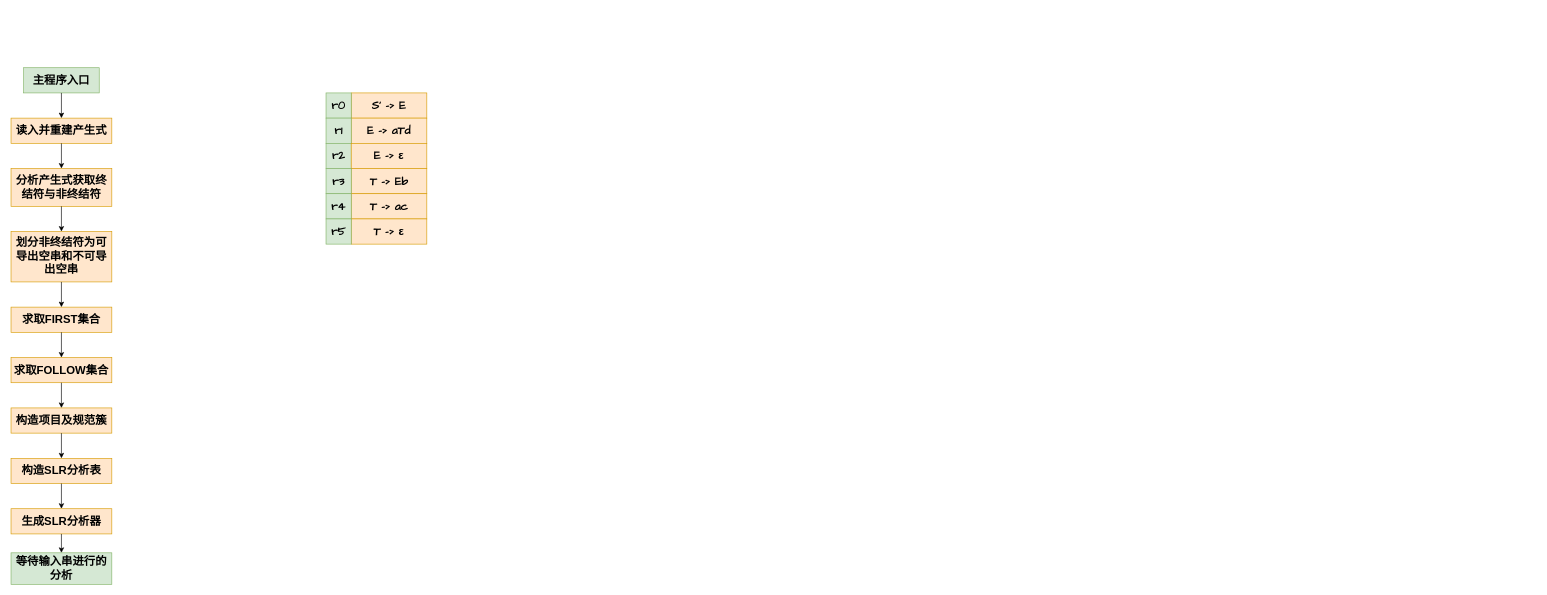
This is CS/CompilersPrinciples/GrammaticalAnalysis.drawio from umiskky/Diagrams, a draw.io file, before an edit. Source tidied: cells renumbered, new cells numbered last; positions are measured from the earlier drawing's top-left corner, leaving out a move shared by most shapes. Both pictures are drawn from the tidied source at 63%, with x=0, y=0 at pixel (11, 67).
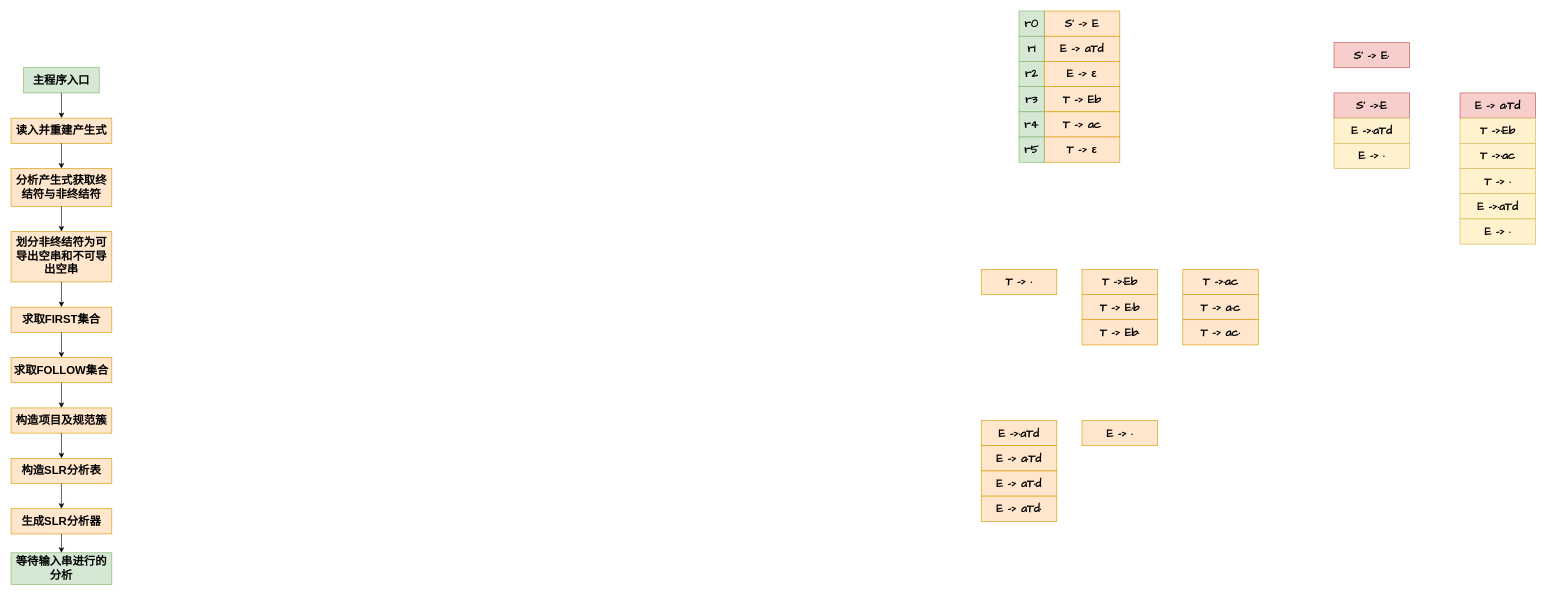
The same page after the edit.

The edit, as a diff of the source:
```diff
@@
     <mxCell id="22" style="group;" parent="1" vertex="1">
-      <mxGeometry x="500" y="40" width="160" height="240" as="geometry" />
+      <mxGeometry x="1600" y="-90" width="160" height="240" as="geometry" />
     </mxCell>
@@
+    <mxCell id="41" value="&lt;font style=&quot;font-size: 18px&quot; face=&quot;Comic Sans MS&quot;&gt;&lt;b&gt;S' -&amp;gt; E&lt;/b&gt;&lt;/font&gt;&lt;b style=&quot;font-size: 18px&quot;&gt;&lt;font face=&quot;Comic Sans MS&quot;&gt;·&lt;/font&gt;&lt;/b&gt;" style="rounded=0;whiteSpace=wrap;html=1;fillColor=#f8cecc;strokeColor=#b85450;" parent="1" vertex="1">
+      <mxGeometry x="2100" y="-40" width="120" height="40" as="geometry" />
+    </mxCell>
+    <mxCell id="42" value="&lt;font style=&quot;font-size: 18px&quot; face=&quot;Comic Sans MS&quot;&gt;&lt;b&gt;T -&amp;gt;&lt;/b&gt;&lt;/font&gt;&lt;b style=&quot;font-size: 18px&quot;&gt;&lt;font face=&quot;Comic Sans MS&quot;&gt;·&lt;/font&gt;&lt;/b&gt;&lt;font style=&quot;font-size: 18px&quot; face=&quot;Comic Sans MS&quot;&gt;&lt;b&gt;Eb&lt;/b&gt;&lt;/font&gt;" style="rounded=0;whiteSpace=wrap;html=1;fillColor=#ffe6cc;strokeColor=#d79b00;" parent="1" vertex="1">
+      <mxGeometry x="1700" y="320" width="120" height="40" as="geometry" />
+    </mxCell>
+    <mxCell id="43" value="&lt;font style=&quot;font-size: 18px&quot; face=&quot;Comic Sans MS&quot;&gt;&lt;b&gt;T -&amp;gt;&lt;/b&gt;&lt;/font&gt;&lt;b style=&quot;font-size: 18px&quot;&gt;&lt;font face=&quot;Comic Sans MS&quot;&gt;·&lt;/font&gt;&lt;/b&gt;&lt;font style=&quot;font-size: 18px&quot; face=&quot;Comic Sans MS&quot;&gt;&lt;b&gt;ac&lt;/b&gt;&lt;/font&gt;" style="rounded=0;whiteSpace=wrap;html=1;fillColor=#ffe6cc;strokeColor=#d79b00;" parent="1" vertex="1">
+      <mxGeometry x="1860" y="320" width="120" height="40" as="geometry" />
+    </mxCell>
+    <mxCell id="44" value="&lt;font style=&quot;font-size: 18px&quot;&gt;&lt;b&gt;&lt;font face=&quot;Comic Sans MS&quot;&gt;T -&amp;gt; ·&lt;/font&gt;&lt;/b&gt;&lt;/font&gt;" style="rounded=0;whiteSpace=wrap;html=1;fillColor=#ffe6cc;strokeColor=#d79b00;" parent="1" vertex="1">
+      <mxGeometry x="1540" y="320" width="120" height="40" as="geometry" />
+    </mxCell>
+    <mxCell id="45" value="&lt;font style=&quot;font-size: 18px&quot; face=&quot;Comic Sans MS&quot;&gt;&lt;b&gt;E -&amp;gt;&lt;/b&gt;&lt;/font&gt;&lt;b style=&quot;font-size: 18px&quot;&gt;&lt;font face=&quot;Comic Sans MS&quot;&gt;·&lt;/font&gt;&lt;/b&gt;&lt;font style=&quot;font-size: 18px&quot; face=&quot;Comic Sans MS&quot;&gt;&lt;b&gt;aTd&lt;/b&gt;&lt;/font&gt;" style="rounded=0;whiteSpace=wrap;html=1;fillColor=#ffe6cc;strokeColor=#d79b00;" parent="1" vertex="1">
+      <mxGeometry x="1540" y="560" width="120" height="40" as="geometry" />
+    </mxCell>
+    <mxCell id="46" value="&lt;b style=&quot;font-size: 18px&quot;&gt;&lt;font face=&quot;Comic Sans MS&quot;&gt;E -&amp;gt; ·&lt;/font&gt;&lt;/b&gt;" style="rounded=0;whiteSpace=wrap;html=1;fillColor=#ffe6cc;strokeColor=#d79b00;" parent="1" vertex="1">
+      <mxGeometry x="1700" y="560" width="120" height="40" as="geometry" />
+    </mxCell>
+    <mxCell id="47" value="&lt;font style=&quot;font-size: 18px&quot; face=&quot;Comic Sans MS&quot;&gt;&lt;b&gt;T -&amp;gt; E&lt;/b&gt;&lt;/font&gt;&lt;b style=&quot;font-size: 18px&quot;&gt;&lt;font face=&quot;Comic Sans MS&quot;&gt;·&lt;/font&gt;&lt;/b&gt;&lt;font style=&quot;font-size: 18px&quot; face=&quot;Comic Sans MS&quot;&gt;&lt;b&gt;b&lt;/b&gt;&lt;/font&gt;" style="rounded=0;whiteSpace=wrap;html=1;fillColor=#ffe6cc;strokeColor=#d79b00;" parent="1" vertex="1">
+      <mxGeometry x="1700" y="360" width="120" height="40" as="geometry" />
+    </mxCell>
+    <mxCell id="48" value="&lt;font style=&quot;font-size: 18px&quot; face=&quot;Comic Sans MS&quot;&gt;&lt;b&gt;T -&amp;gt; E&lt;/b&gt;&lt;/font&gt;&lt;font style=&quot;font-size: 18px&quot; face=&quot;Comic Sans MS&quot;&gt;&lt;b&gt;b&lt;/b&gt;&lt;/font&gt;&lt;b style=&quot;font-size: 18px&quot;&gt;&lt;font face=&quot;Comic Sans MS&quot;&gt;·&lt;/font&gt;&lt;/b&gt;" style="rounded=0;whiteSpace=wrap;html=1;fillColor=#ffe6cc;strokeColor=#d79b00;" parent="1" vertex="1">
+      <mxGeometry x="1700" y="400" width="120" height="40" as="geometry" />
+    </mxCell>
+    <mxCell id="49" value="&lt;font style=&quot;font-size: 18px&quot; face=&quot;Comic Sans MS&quot;&gt;&lt;b&gt;T -&amp;gt; a&lt;/b&gt;&lt;/font&gt;&lt;b style=&quot;font-size: 18px&quot;&gt;&lt;font face=&quot;Comic Sans MS&quot;&gt;·&lt;/font&gt;&lt;/b&gt;&lt;font style=&quot;font-size: 18px&quot; face=&quot;Comic Sans MS&quot;&gt;&lt;b&gt;c&lt;/b&gt;&lt;/font&gt;" style="rounded=0;whiteSpace=wrap;html=1;fillColor=#ffe6cc;strokeColor=#d79b00;" parent="1" vertex="1">
+      <mxGeometry x="1860" y="360" width="120" height="40" as="geometry" />
+    </mxCell>
+    <mxCell id="50" value="&lt;font style=&quot;font-size: 18px&quot; face=&quot;Comic Sans MS&quot;&gt;&lt;b&gt;T -&amp;gt; ac&lt;/b&gt;&lt;/font&gt;&lt;b style=&quot;font-size: 18px&quot;&gt;&lt;font face=&quot;Comic Sans MS&quot;&gt;·&lt;/font&gt;&lt;/b&gt;" style="rounded=0;whiteSpace=wrap;html=1;fillColor=#ffe6cc;strokeColor=#d79b00;" parent="1" vertex="1">
+      <mxGeometry x="1860" y="400" width="120" height="40" as="geometry" />
+    </mxCell>
+    <mxCell id="51" value="&lt;font style=&quot;font-size: 18px&quot; face=&quot;Comic Sans MS&quot;&gt;&lt;b&gt;E -&amp;gt; a&lt;/b&gt;&lt;/font&gt;&lt;b style=&quot;font-size: 18px&quot;&gt;&lt;font face=&quot;Comic Sans MS&quot;&gt;·&lt;/font&gt;&lt;/b&gt;&lt;font style=&quot;font-size: 18px&quot; face=&quot;Comic Sans MS&quot;&gt;&lt;b&gt;Td&lt;/b&gt;&lt;/font&gt;" style="rounded=0;whiteSpace=wrap;html=1;fillColor=#ffe6cc;strokeColor=#d79b00;" parent="1" vertex="1">
+      <mxGeometry x="1540" y="600" width="120" height="40" as="geometry" />
+    </mxCell>
+    <mxCell id="52" value="&lt;font style=&quot;font-size: 18px&quot; face=&quot;Comic Sans MS&quot;&gt;&lt;b&gt;E -&amp;gt; aT&lt;/b&gt;&lt;/font&gt;&lt;b style=&quot;font-size: 18px&quot;&gt;&lt;font face=&quot;Comic Sans MS&quot;&gt;·&lt;/font&gt;&lt;/b&gt;&lt;font style=&quot;font-size: 18px&quot; face=&quot;Comic Sans MS&quot;&gt;&lt;b&gt;d&lt;/b&gt;&lt;/font&gt;" style="rounded=0;whiteSpace=wrap;html=1;fillColor=#ffe6cc;strokeColor=#d79b00;" parent="1" vertex="1">
+      <mxGeometry x="1540" y="640" width="120" height="40" as="geometry" />
+    </mxCell>
+    <mxCell id="53" value="&lt;font style=&quot;font-size: 18px&quot; face=&quot;Comic Sans MS&quot;&gt;&lt;b&gt;E -&amp;gt; aTd&lt;/b&gt;&lt;/font&gt;&lt;b style=&quot;font-size: 18px&quot;&gt;&lt;font face=&quot;Comic Sans MS&quot;&gt;·&lt;/font&gt;&lt;/b&gt;" style="rounded=0;whiteSpace=wrap;html=1;fillColor=#ffe6cc;strokeColor=#d79b00;" parent="1" vertex="1">
+      <mxGeometry x="1540" y="680" width="120" height="40" as="geometry" />
+    </mxCell>
+    <mxCell id="54" style="group;" parent="1" vertex="1">
+      <mxGeometry x="2100" y="40" width="120" height="120" as="geometry" />
+    </mxCell>
+    <mxCell id="55" value="&lt;font style=&quot;font-size: 18px&quot; face=&quot;Comic Sans MS&quot;&gt;&lt;b&gt;S' -&amp;gt;&lt;/b&gt;&lt;/font&gt;&lt;b style=&quot;font-size: 18px&quot;&gt;&lt;font face=&quot;Comic Sans MS&quot;&gt;·&lt;/font&gt;&lt;/b&gt;&lt;font style=&quot;font-size: 18px&quot; face=&quot;Comic Sans MS&quot;&gt;&lt;b&gt;E&lt;/b&gt;&lt;/font&gt;" style="rounded=0;whiteSpace=wrap;html=1;fillColor=#f8cecc;strokeColor=#b85450;" parent="54" vertex="1">
+      <mxGeometry width="120" height="40" as="geometry" />
+    </mxCell>
+    <mxCell id="56" value="&lt;font style=&quot;font-size: 18px&quot; face=&quot;Comic Sans MS&quot;&gt;&lt;b&gt;E -&amp;gt;&lt;/b&gt;&lt;/font&gt;&lt;b style=&quot;font-size: 18px&quot;&gt;&lt;font face=&quot;Comic Sans MS&quot;&gt;·&lt;/font&gt;&lt;/b&gt;&lt;font style=&quot;font-size: 18px&quot; face=&quot;Comic Sans MS&quot;&gt;&lt;b&gt;aTd&lt;/b&gt;&lt;/font&gt;" style="rounded=0;whiteSpace=wrap;html=1;fillColor=#fff2cc;strokeColor=#d6b656;" parent="54" vertex="1">
+      <mxGeometry y="40" width="120" height="40" as="geometry" />
+    </mxCell>
+    <mxCell id="57" value="&lt;b style=&quot;font-size: 18px&quot;&gt;&lt;font face=&quot;Comic Sans MS&quot;&gt;E -&amp;gt; ·&lt;/font&gt;&lt;/b&gt;" style="rounded=0;whiteSpace=wrap;html=1;fillColor=#fff2cc;strokeColor=#d6b656;" parent="54" vertex="1">
+      <mxGeometry y="80" width="120" height="40" as="geometry" />
+    </mxCell>
+    <mxCell id="58" style="group;" parent="1" vertex="1">
+      <mxGeometry x="2300" y="40" width="120" height="240" as="geometry" />
+    </mxCell>
+    <mxCell id="59" value="&lt;font style=&quot;font-size: 18px&quot; face=&quot;Comic Sans MS&quot;&gt;&lt;b&gt;E -&amp;gt; a&lt;/b&gt;&lt;/font&gt;&lt;b style=&quot;font-size: 18px&quot;&gt;&lt;font face=&quot;Comic Sans MS&quot;&gt;·&lt;/font&gt;&lt;/b&gt;&lt;font style=&quot;font-size: 18px&quot; face=&quot;Comic Sans MS&quot;&gt;&lt;b&gt;Td&lt;/b&gt;&lt;/font&gt;" style="rounded=0;whiteSpace=wrap;html=1;fillColor=#f8cecc;strokeColor=#b85450;" parent="58" vertex="1">
+      <mxGeometry width="120" height="40" as="geometry" />
+    </mxCell>
+    <mxCell id="60" value="&lt;font style=&quot;font-size: 18px&quot; face=&quot;Comic Sans MS&quot;&gt;&lt;b&gt;T -&amp;gt;&lt;/b&gt;&lt;/font&gt;&lt;b style=&quot;font-size: 18px&quot;&gt;&lt;font face=&quot;Comic Sans MS&quot;&gt;·&lt;/font&gt;&lt;/b&gt;&lt;font style=&quot;font-size: 18px&quot; face=&quot;Comic Sans MS&quot;&gt;&lt;b&gt;Eb&lt;/b&gt;&lt;/font&gt;" style="rounded=0;whiteSpace=wrap;html=1;fillColor=#fff2cc;strokeColor=#d6b656;" parent="58" vertex="1">
+      <mxGeometry y="40" width="120" height="40" as="geometry" />
+    </mxCell>
+    <mxCell id="61" value="&lt;font style=&quot;font-size: 18px&quot; face=&quot;Comic Sans MS&quot;&gt;&lt;b&gt;T -&amp;gt;&lt;/b&gt;&lt;/font&gt;&lt;b style=&quot;font-size: 18px&quot;&gt;&lt;font face=&quot;Comic Sans MS&quot;&gt;·&lt;/font&gt;&lt;/b&gt;&lt;font style=&quot;font-size: 18px&quot; face=&quot;Comic Sans MS&quot;&gt;&lt;b&gt;ac&lt;/b&gt;&lt;/font&gt;" style="rounded=0;whiteSpace=wrap;html=1;fillColor=#fff2cc;strokeColor=#d6b656;" parent="58" vertex="1">
+      <mxGeometry y="80" width="120" height="40" as="geometry" />
+    </mxCell>
+    <mxCell id="62" value="&lt;font style=&quot;font-size: 18px&quot;&gt;&lt;b&gt;&lt;font face=&quot;Comic Sans MS&quot;&gt;T -&amp;gt; ·&lt;/font&gt;&lt;/b&gt;&lt;/font&gt;" style="rounded=0;whiteSpace=wrap;html=1;fillColor=#fff2cc;strokeColor=#d6b656;" parent="58" vertex="1">
+      <mxGeometry y="120" width="120" height="40" as="geometry" />
+    </mxCell>
+    <mxCell id="63" value="&lt;font style=&quot;font-size: 18px&quot; face=&quot;Comic Sans MS&quot;&gt;&lt;b&gt;E -&amp;gt;&lt;/b&gt;&lt;/font&gt;&lt;b style=&quot;font-size: 18px&quot;&gt;&lt;font face=&quot;Comic Sans MS&quot;&gt;·&lt;/font&gt;&lt;/b&gt;&lt;font style=&quot;font-size: 18px&quot; face=&quot;Comic Sans MS&quot;&gt;&lt;b&gt;aTd&lt;/b&gt;&lt;/font&gt;" style="rounded=0;whiteSpace=wrap;html=1;fillColor=#fff2cc;strokeColor=#d6b656;" parent="58" vertex="1">
+      <mxGeometry y="160" width="120" height="40" as="geometry" />
+    </mxCell>
+    <mxCell id="64" value="&lt;b style=&quot;font-size: 18px&quot;&gt;&lt;font face=&quot;Comic Sans MS&quot;&gt;E -&amp;gt; ·&lt;/font&gt;&lt;/b&gt;" style="rounded=0;whiteSpace=wrap;html=1;fillColor=#fff2cc;strokeColor=#d6b656;" parent="58" vertex="1">
+      <mxGeometry y="200" width="120" height="40" as="geometry" />
+    </mxCell>
```
